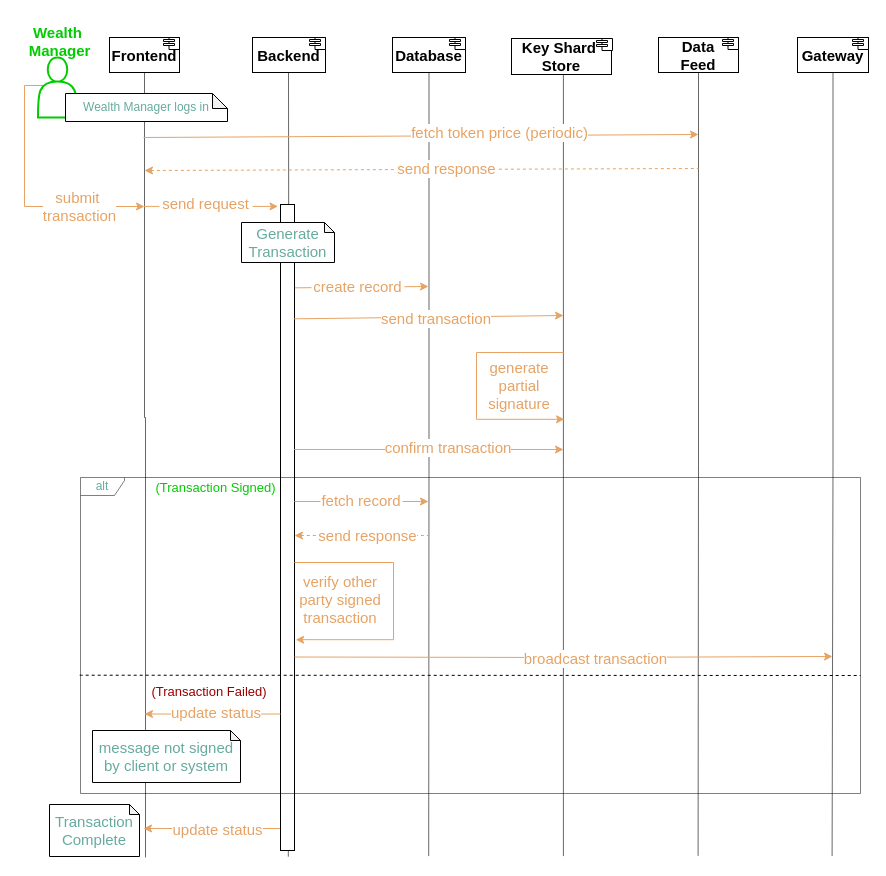
Before: page "txn" (1 of 13) of drawio-diagrams/wallet_architecture.drawio in dlt-science/crypto-mpc-wallet-bloom, a draw.io diagram. Source tidied: cells renumbered, new cells numbered last; positions are measured from the earlier drawing's top-left corner, leaving out a move shared by most shapes. Both pictures are drawn from the tidied source at 100%, with x=0, y=0 at pixel (18, 17).
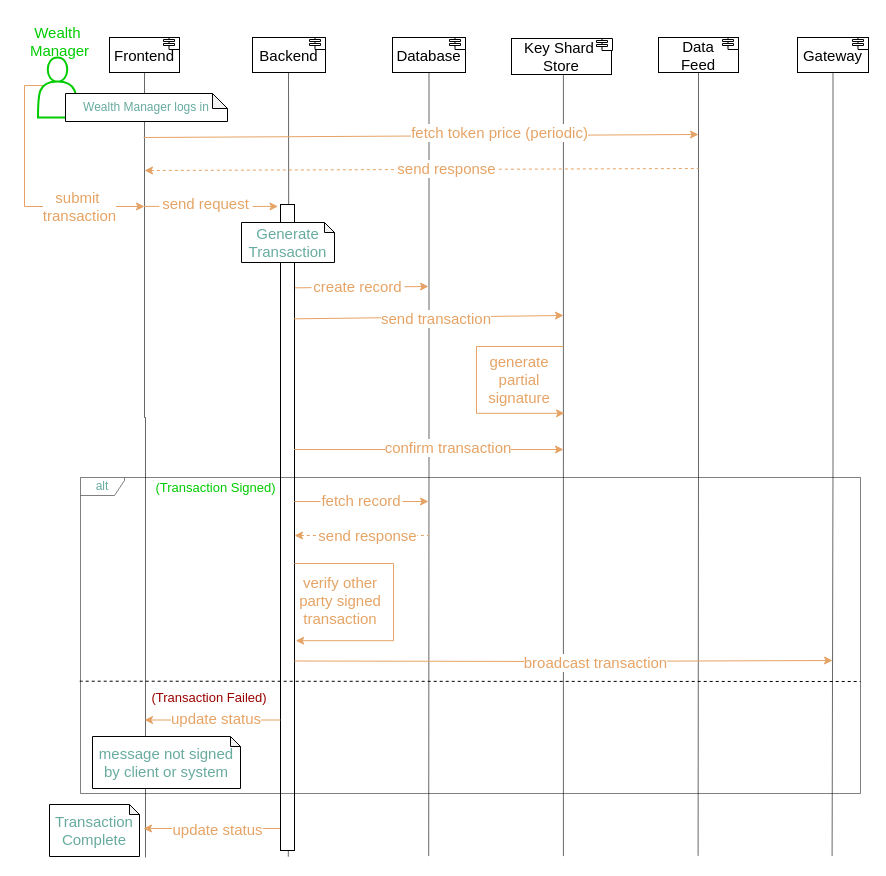
Above is the later version.

Diff of the diagram source:
```diff
@@
-    <mxCell id="2" value="&lt;div&gt;&lt;span style=&quot;font-size: 15px; background-color: initial;&quot;&gt;&lt;b&gt;Key Shard&amp;nbsp;&lt;/b&gt;&lt;/span&gt;&lt;/div&gt;&lt;div&gt;&lt;span style=&quot;font-size: 15px; background-color: initial;&quot;&gt;&lt;b&gt;Store&lt;/b&gt;&lt;/span&gt;&lt;/div&gt;" style="rounded=0;whiteSpace=wrap;html=1;" parent="1" vertex="1">
+    <mxCell id="2" value="&lt;div&gt;&lt;span style=&quot;font-size: 15px; background-color: initial;&quot;&gt;Key Shard&amp;nbsp;&lt;/span&gt;&lt;/div&gt;&lt;div&gt;&lt;span style=&quot;font-size: 15px; background-color: initial;&quot;&gt;Store&lt;/span&gt;&lt;/div&gt;" style="rounded=0;whiteSpace=wrap;html=1;" parent="1" vertex="1">
       <mxGeometry x="493" y="21" width="100" height="36" as="geometry" />
     </mxCell>
-    <mxCell id="3" value="&lt;font style=&quot;font-size: 15px;&quot;&gt;&lt;b style=&quot;&quot;&gt;Gateway&lt;/b&gt;&lt;/font&gt;" style="rounded=0;whiteSpace=wrap;html=1;" parent="1" vertex="1">
+    <mxCell id="3" value="&lt;font style=&quot;font-size: 15px;&quot;&gt;Gateway&lt;/font&gt;" style="rounded=0;whiteSpace=wrap;html=1;" parent="1" vertex="1">
       <mxGeometry x="779" y="20" width="71" height="35" as="geometry" />
     </mxCell>
-    <mxCell id="4" value="&lt;span style=&quot;font-size: 15px;&quot;&gt;&lt;b&gt;Data&lt;/b&gt;&lt;/span&gt;&lt;div&gt;&lt;span style=&quot;font-size: 15px;&quot;&gt;&lt;b&gt;Feed&lt;/b&gt;&lt;/span&gt;&lt;/div&gt;" style="rounded=0;whiteSpace=wrap;html=1;" parent="1" vertex="1">
+    <mxCell id="4" value="&lt;span style=&quot;font-size: 15px;&quot;&gt;Data&lt;/span&gt;&lt;div&gt;&lt;span style=&quot;font-size: 15px;&quot;&gt;Feed&lt;/span&gt;&lt;/div&gt;" style="rounded=0;whiteSpace=wrap;html=1;" parent="1" vertex="1">
       <mxGeometry x="640" y="20" width="80" height="35" as="geometry" />
     </mxCell>
-    <mxCell id="5" value="&lt;font style=&quot;font-size: 15px;&quot;&gt;&lt;b style=&quot;&quot;&gt;Backend&lt;/b&gt;&lt;/font&gt;" style="rounded=0;whiteSpace=wrap;html=1;" parent="1" vertex="1">
+    <mxCell id="5" value="&lt;font style=&quot;font-size: 15px;&quot;&gt;Backend&lt;/font&gt;" style="rounded=0;whiteSpace=wrap;html=1;" parent="1" vertex="1">
       <mxGeometry x="234" y="20" width="73" height="35" as="geometry" />
     </mxCell>
@@
-    <mxCell id="7" value="&lt;font style=&quot;font-size: 15px;&quot;&gt;&lt;b style=&quot;&quot;&gt;Frontend&lt;/b&gt;&lt;/font&gt;" style="rounded=0;whiteSpace=wrap;html=1;" parent="1" vertex="1">
+    <mxCell id="7" value="&lt;font style=&quot;font-size: 15px;&quot;&gt;Frontend&lt;/font&gt;" style="rounded=0;whiteSpace=wrap;html=1;" parent="1" vertex="1">
       <mxGeometry x="91" y="20" width="70" height="35" as="geometry" />
     </mxCell>
@@
     <mxCell id="26" style="edgeStyle=orthogonalEdgeStyle;rounded=0;orthogonalLoop=1;jettySize=auto;html=1;entryX=0.008;entryY=0.857;entryDx=0;entryDy=0;entryPerimeter=0;strokeColor=#E6A365;" parent="1" edge="1">
       <mxGeometry relative="1" as="geometry">
-        <mxPoint x="545" y="335" as="sourcePoint" />
-        <mxPoint x="546" y="401.8" as="targetPoint" />
+        <mxPoint x="545" y="329" as="sourcePoint" />
+        <mxPoint x="546" y="395.8" as="targetPoint" />
         <Array as="points">
-          <mxPoint x="545" y="335" />
-          <mxPoint x="458" y="335" />
-          <mxPoint x="458" y="402" />
+          <mxPoint x="545" y="329" />
+          <mxPoint x="458" y="329" />
+          <mxPoint x="458" y="396" />
         </Array>
       </mxGeometry>
     </mxCell>
     <mxCell id="27" value="&lt;font color=&quot;#e6a365&quot; style=&quot;font-size: 15px;&quot;&gt;generate&lt;/font&gt;&lt;div style=&quot;font-size: 15px;&quot;&gt;&lt;font color=&quot;#e6a365&quot; style=&quot;font-size: 15px;&quot;&gt;partial&lt;/font&gt;&lt;/div&gt;&lt;div style=&quot;font-size: 15px;&quot;&gt;&lt;font color=&quot;#e6a365&quot; style=&quot;font-size: 15px;&quot;&gt;signature&lt;/font&gt;&lt;/div&gt;" style="text;html=1;align=center;verticalAlign=middle;whiteSpace=wrap;rounded=0;labelBackgroundColor=default;" parent="1" vertex="1">
-      <mxGeometry x="448" y="353" width="106" height="30" as="geometry" />
+      <mxGeometry x="448" y="347" width="106" height="30" as="geometry" />
     </mxCell>
     <mxCell id="28" value="&lt;font color=&quot;#67ab9f&quot;&gt;&lt;font style=&quot;font-size: 15px;&quot;&gt;message not signed by client&amp;nbsp;&lt;/font&gt;&lt;span style=&quot;font-size: 15px; background-color: initial;&quot;&gt;or system&lt;/span&gt;&lt;/font&gt;" style="shape=note;whiteSpace=wrap;html=1;backgroundOutline=1;darkOpacity=0.05;size=10;" parent="1" vertex="1">
-      <mxGeometry x="74" y="713" width="148" height="52" as="geometry" />
+      <mxGeometry x="74" y="719" width="148" height="52" as="geometry" />
     </mxCell>
@@
     <mxCell id="32" style="edgeStyle=orthogonalEdgeStyle;rounded=0;orthogonalLoop=1;jettySize=auto;html=1;entryX=1.089;entryY=0.667;entryDx=0;entryDy=0;entryPerimeter=0;strokeColor=#E6A365;" parent="1" edge="1">
       <mxGeometry relative="1" as="geometry">
-        <mxPoint x="276" y="545" as="sourcePoint" />
-        <mxPoint x="277.2" y="622.2" as="targetPoint" />
+        <mxPoint x="276" y="546" as="sourcePoint" />
+        <mxPoint x="277.2" y="623.2" as="targetPoint" />
         <Array as="points">
-          <mxPoint x="375" y="545" />
-          <mxPoint x="375" y="622" />
+          <mxPoint x="375" y="546" />
+          <mxPoint x="375" y="623" />
         </Array>
       </mxGeometry>
     </mxCell>
     <mxCell id="33" value="&lt;font color=&quot;#e6a365&quot; style=&quot;font-size: 15px;&quot;&gt;verify other party signed transaction&lt;/font&gt;" style="text;html=1;align=center;verticalAlign=middle;whiteSpace=wrap;rounded=0;" parent="1" vertex="1">
-      <mxGeometry x="269" y="567" width="106" height="30" as="geometry" />
+      <mxGeometry x="269" y="568" width="106" height="30" as="geometry" />
     </mxCell>
     <mxCell id="34" style="edgeStyle=orthogonalEdgeStyle;rounded=0;orthogonalLoop=1;jettySize=auto;html=1;exitX=1;exitY=0.5;exitDx=0;exitDy=0;strokeColor=#E6A365;" parent="1" edge="1">
       <mxGeometry relative="1" as="geometry">
-        <mxPoint x="276" y="639.5" as="sourcePoint" />
-        <mxPoint x="814" y="639" as="targetPoint" />
+        <mxPoint x="276" y="643.5" as="sourcePoint" />
+        <mxPoint x="814" y="643" as="targetPoint" />
       </mxGeometry>
     </mxCell>
     <mxCell id="35" style="edgeStyle=orthogonalEdgeStyle;rounded=0;orthogonalLoop=1;jettySize=auto;html=1;entryX=1;entryY=0.5;entryDx=0;entryDy=0;strokeColor=#E6A365;" parent="1" edge="1">
       <mxGeometry relative="1" as="geometry">
-        <mxPoint x="262" y="696.5" as="sourcePoint" />
-        <mxPoint x="126" y="696.5" as="targetPoint" />
+        <mxPoint x="262" y="702.5" as="sourcePoint" />
+        <mxPoint x="126" y="702.5" as="targetPoint" />
       </mxGeometry>
     </mxCell>
     <mxCell id="36" value="&lt;font color=&quot;#e6a365&quot;&gt;&lt;font style=&quot;font-size: 15px;&quot;&gt;update&amp;nbsp;&lt;/font&gt;&lt;span style=&quot;font-size: 15px;&quot;&gt;status&lt;/span&gt;&lt;/font&gt;" style="text;html=1;align=center;verticalAlign=middle;whiteSpace=wrap;rounded=0;labelBackgroundColor=default;" parent="1" vertex="1">
-      <mxGeometry x="151" y="688" width="94" height="14" as="geometry" />
+      <mxGeometry x="151" y="694" width="94" height="14" as="geometry" />
     </mxCell>
     <mxCell id="37" value="&lt;font color=&quot;#e6a365&quot; style=&quot;font-size: 15px; background-color: rgb(255, 255, 255);&quot;&gt;broadcast transaction&lt;/font&gt;" style="text;html=1;align=center;verticalAlign=middle;whiteSpace=wrap;rounded=0;labelBackgroundColor=default;" parent="1" vertex="1">
-      <mxGeometry x="504" y="629.2" width="147" height="23" as="geometry" />
+      <mxGeometry x="504" y="633.2" width="147" height="23" as="geometry" />
     </mxCell>
@@
     <mxCell id="39" value="&lt;font color=&quot;#990000&quot; style=&quot;font-size: 13px;&quot;&gt;(Transaction Failed)&lt;/font&gt;" style="text;html=1;align=center;verticalAlign=middle;whiteSpace=wrap;rounded=0;" parent="1" vertex="1">
-      <mxGeometry x="125" y="659" width="132" height="30" as="geometry" />
+      <mxGeometry x="125" y="665" width="132" height="30" as="geometry" />
     </mxCell>
@@
     <mxCell id="41" style="edgeStyle=orthogonalEdgeStyle;rounded=0;orthogonalLoop=1;jettySize=auto;html=1;endArrow=none;endFill=0;dashed=1;exitX=-0.001;exitY=0.594;exitDx=0;exitDy=0;exitPerimeter=0;" parent="1" edge="1">
       <mxGeometry relative="1" as="geometry">
-        <mxPoint x="61.2" y="657.7" as="sourcePoint" />
-        <mxPoint x="842" y="658" as="targetPoint" />
+        <mxPoint x="61.2" y="663.7" as="sourcePoint" />
+        <mxPoint x="842" y="664" as="targetPoint" />
         <Array as="points">
-          <mxPoint x="63" y="658" />
+          <mxPoint x="63" y="664" />
         </Array>
       </mxGeometry>
     </mxCell>
-    <mxCell id="42" value="&lt;font color=&quot;#00cc00&quot; style=&quot;font-size: 15px;&quot;&gt;&lt;b&gt;Wealth&amp;nbsp;&lt;/b&gt;&lt;/font&gt;&lt;div style=&quot;font-size: 15px;&quot;&gt;&lt;font color=&quot;#00cc00&quot; style=&quot;font-size: 15px;&quot;&gt;&lt;b&gt;Manager&lt;/b&gt;&lt;/font&gt;&lt;/div&gt;" style="text;html=1;align=center;verticalAlign=middle;strokeColor=none;fillColor=none;" parent="1" vertex="1">
-      <mxGeometry x="0.5" width="80" height="48" as="geometry" />
+    <mxCell id="42" value="&lt;font color=&quot;#00cc00&quot; style=&quot;font-size: 15px;&quot;&gt;Wealth&amp;nbsp;&lt;/font&gt;&lt;div style=&quot;font-size: 15px;&quot;&gt;&lt;font color=&quot;#00cc00&quot; style=&quot;font-size: 15px;&quot;&gt;Manager&lt;/font&gt;&lt;/div&gt;" style="text;html=1;align=center;verticalAlign=middle;strokeColor=none;fillColor=none;" parent="1" vertex="1">
+      <mxGeometry x="2.5" width="77" height="48" as="geometry" />
     </mxCell>
@@
-    <mxCell id="51" value="&lt;font style=&quot;font-size: 15px;&quot;&gt;&lt;b style=&quot;&quot;&gt;Database&lt;/b&gt;&lt;/font&gt;" style="rounded=0;whiteSpace=wrap;html=1;" parent="1" vertex="1">
+    <mxCell id="51" value="&lt;font style=&quot;font-size: 15px;&quot;&gt;Database&lt;/font&gt;" style="rounded=0;whiteSpace=wrap;html=1;" parent="1" vertex="1">
       <mxGeometry x="374" y="20" width="73" height="35" as="geometry" />
     </mxCell>
```
